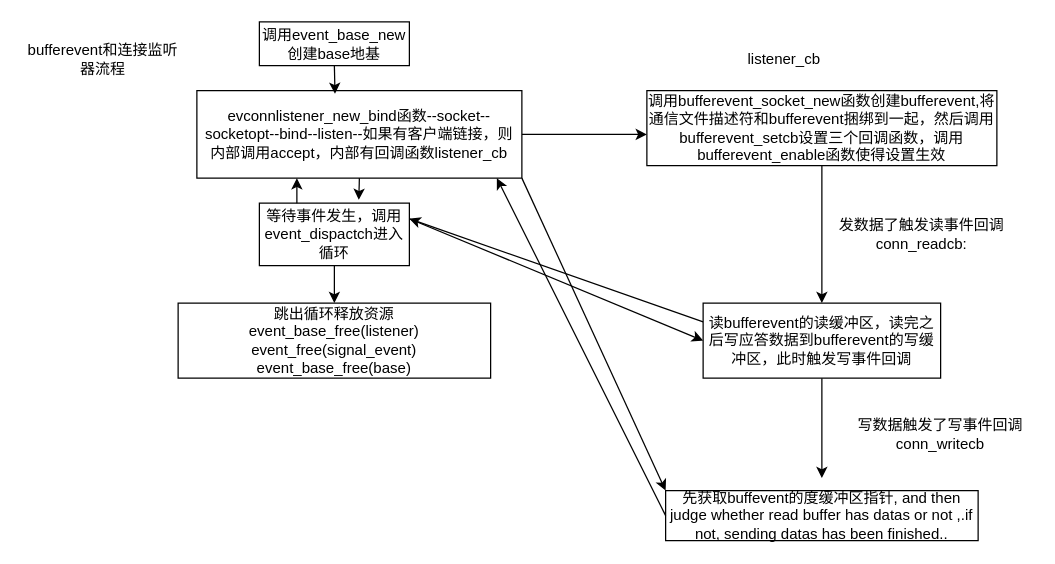
ZWJ5656588/uml keeps this draw.io diagram as bufferevent.drawio. Above is the earlier version. Source tidied: cells renumbered, new cells numbered last; positions are measured from the earlier drawing's top-left corner, leaving out a move shared by most shapes. Both pictures are drawn from the tidied source at 125%, with x=0, y=0 at pixel (21, 21).
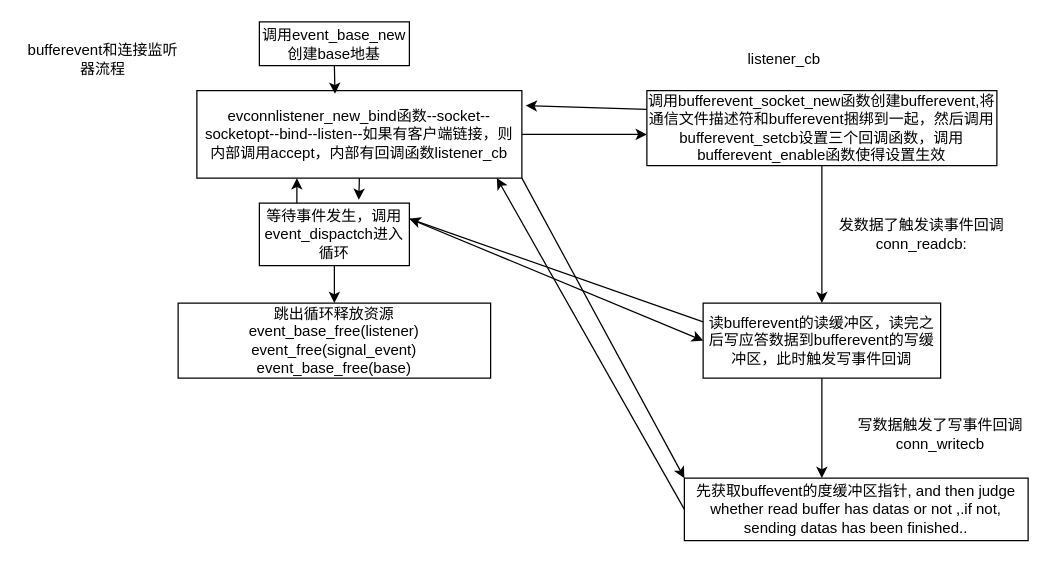
After the change.

The change refers to these unchanged cells:
```xml
<mxCell id="6" value="evconnlistener_new_bind函数--socket--socketopt--bind--listen--如果有客户端链接，则内部调用accept，内部有回调函数listener_cb" style="rounded=0;whiteSpace=wrap;html=1;" parent="1" vertex="1">
  <mxGeometry x="140" y="55" width="260" height="70" as="geometry" />
</mxCell>
<mxCell id="13" value="调用bufferevent_socket_new函数创建bufferevent,将通信文件描述符和bufferevent捆绑到一起，然后调用bufferevent_setcb设置三个回调函数，调用bufferevent_enable函数使得设置生效" style="rounded=0;whiteSpace=wrap;html=1;" parent="1" vertex="1">
  <mxGeometry x="500" y="55" width="280" height="60" as="geometry" />
</mxCell>
```

The edit, as a diff of the source:
```diff
@@
     <mxCell id="21" value="先获取buffevent的度缓冲区指针, and then judge whether read buffer has datas or not ,.if not, sending datas has been finished.." style="rounded=0;whiteSpace=wrap;html=1;" parent="1" vertex="1">
-      <mxGeometry x="515" y="375" width="250" height="40" as="geometry" />
+      <mxGeometry x="530" y="365" width="275" height="50" as="geometry" />
     </mxCell>
@@
+    <mxCell id="25" style="rounded=0;jettySize=auto;html=1;exitX=0;exitY=0.25;exitDx=0;exitDy=0;entryX=1.012;entryY=0.171;entryDx=0;entryDy=0;entryPerimeter=0;" parent="1" edge="1" source="13" target="6">
+      <mxGeometry relative="1" as="geometry" />
+    </mxCell>
```
